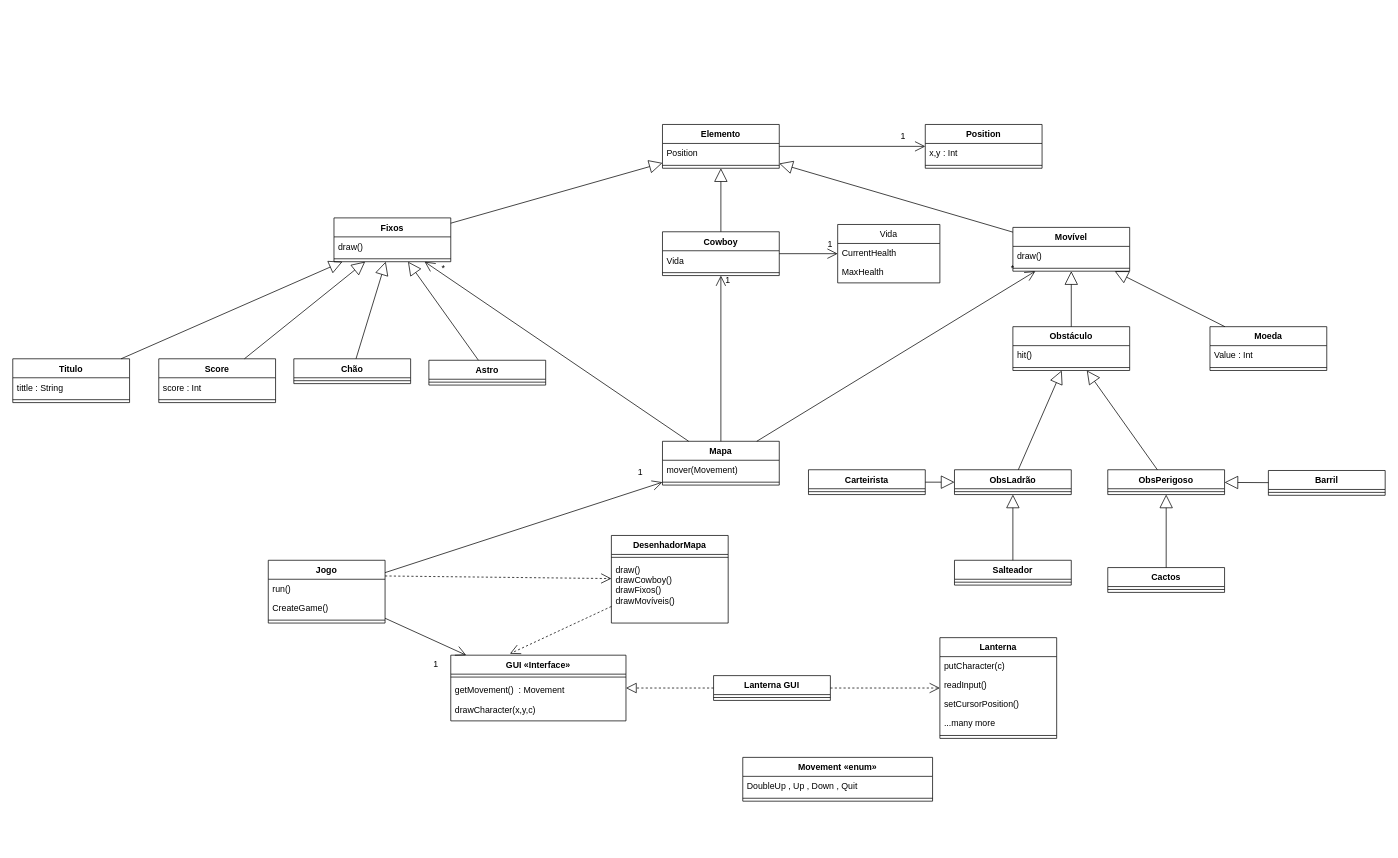
Above: docs/DiagramaUML.drawio in vascoG/feup-lpoo (draw.io), before the change. Source tidied: cells renumbered, new cells numbered last; positions are measured from the earlier drawing's top-left corner, leaving out a move shared by most shapes. Both pictures are drawn from the tidied source at 73%, with x=0, y=0 at pixel (12, 124).
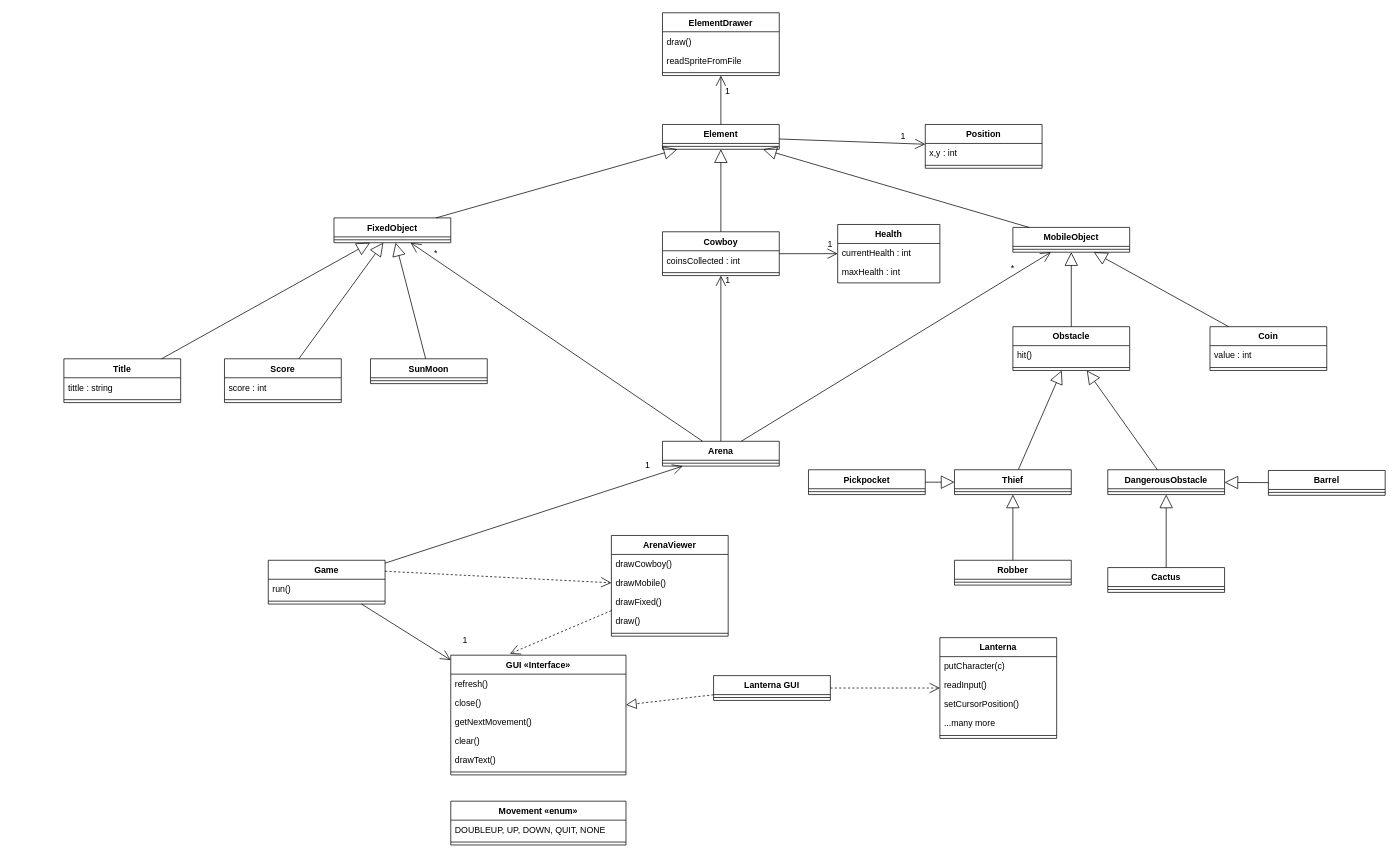
The same diagram, later.

Commit message (it also covers changes not shown here):
Diagrama em inglês e pequenas alteraçoes no readme

The change refers to these unchanged cells:
```xml
<mxCell id="71" value="Cowboy" style="swimlane;fontStyle=1;align=center;verticalAlign=top;horizontal=1;startSize=26;" parent="1" vertex="1">
  <mxGeometry x="890" y="147" width="160" height="60" as="geometry" />
</mxCell>
<mxCell id="83" value="Position" style="swimlane;fontStyle=1;align=center;verticalAlign=top;horizontal=1;startSize=26;fontColor=none;" parent="1" vertex="1">
  <mxGeometry x="1250" width="160" height="60" as="geometry" />
</mxCell>
```

Diff of the diagram source:
```diff
@@
-    <mxCell id="2" value="Elemento" style="swimlane;fontStyle=1;align=center;verticalAlign=top;horizontal=1;startSize=26;" parent="1" vertex="1">
-      <mxGeometry x="890" width="160" height="60" as="geometry" />
+    <mxCell id="2" value="Element" style="swimlane;fontStyle=1;align=center;verticalAlign=top;horizontal=1;startSize=26;" parent="1" vertex="1">
+      <mxGeometry x="890" width="160" height="34" as="geometry" />
     </mxCell>
-    <mxCell id="3" value="Position" style="text;strokeColor=none;fillColor=none;align=left;verticalAlign=top;spacingLeft=4;spacingRight=4;overflow=hidden;" parent="2" vertex="1">
-      <mxGeometry y="26" width="160" height="26" as="geometry" />
-    </mxCell>
     <mxCell id="4" style="line;strokeWidth=1;fillColor=none;align=left;verticalAlign=middle;spacingTop=-1;spacingLeft=3;spacingRight=3;labelPosition=right;" parent="2" vertex="1">
-      <mxGeometry y="52" width="160" height="8" as="geometry" />
+      <mxGeometry y="26" width="160" height="8" as="geometry" />
     </mxCell>
-    <mxCell id="5" value="ObsLadrão" style="swimlane;fontStyle=1;align=center;verticalAlign=top;horizontal=1;startSize=26;" parent="1" vertex="1">
+    <mxCell id="5" value="Thief" style="swimlane;fontStyle=1;align=center;verticalAlign=top;horizontal=1;startSize=26;" parent="1" vertex="1">
       <mxGeometry x="1290" y="473" width="160" height="34" as="geometry" />
     </mxCell>
@@
-    <mxCell id="7" value="Obstáculo" style="swimlane;fontStyle=1;align=center;verticalAlign=top;horizontal=1;startSize=26;" parent="1" vertex="1">
+    <mxCell id="7" value="Obstacle" style="swimlane;fontStyle=1;align=center;verticalAlign=top;horizontal=1;startSize=26;" parent="1" vertex="1">
       <mxGeometry x="1370" y="277" width="160" height="60" as="geometry" />
     </mxCell>
@@
-    <mxCell id="10" value="ObsPerigoso" style="swimlane;fontStyle=1;align=center;verticalAlign=top;horizontal=1;startSize=26;" parent="1" vertex="1">
+    <mxCell id="10" value="DangerousObstacle" style="swimlane;fontStyle=1;align=center;verticalAlign=top;horizontal=1;startSize=26;" parent="1" vertex="1">
       <mxGeometry x="1500" y="473" width="160" height="34" as="geometry" />
     </mxCell>
@@
-    <mxCell id="12" value="Cactos" style="swimlane;fontStyle=1;align=center;verticalAlign=top;horizontal=1;startSize=26;" parent="1" vertex="1">
+    <mxCell id="12" value="Cactus" style="swimlane;fontStyle=1;align=center;verticalAlign=top;horizontal=1;startSize=26;" parent="1" vertex="1">
       <mxGeometry x="1500" y="607" width="160" height="34" as="geometry" />
     </mxCell>
@@
-    <mxCell id="14" value="Barril" style="swimlane;fontStyle=1;align=center;verticalAlign=top;horizontal=1;startSize=26;" parent="1" vertex="1">
+    <mxCell id="14" value="Barrel" style="swimlane;fontStyle=1;align=center;verticalAlign=top;horizontal=1;startSize=26;" parent="1" vertex="1">
       <mxGeometry x="1720" y="474" width="160" height="34" as="geometry" />
     </mxCell>
@@
-    <mxCell id="16" value="Salteador" style="swimlane;fontStyle=1;align=center;verticalAlign=top;horizontal=1;startSize=26;" parent="1" vertex="1">
+    <mxCell id="16" value="Robber" style="swimlane;fontStyle=1;align=center;verticalAlign=top;horizontal=1;startSize=26;" parent="1" vertex="1">
       <mxGeometry x="1290" y="597" width="160" height="34" as="geometry" />
     </mxCell>
@@
-    <mxCell id="18" value="Carteirista" style="swimlane;fontStyle=1;align=center;verticalAlign=top;horizontal=1;startSize=26;" parent="1" vertex="1">
+    <mxCell id="18" value="Pickpocket" style="swimlane;fontStyle=1;align=center;verticalAlign=top;horizontal=1;startSize=26;" parent="1" vertex="1">
       <mxGeometry x="1090" y="473" width="160" height="34" as="geometry" />
     </mxCell>
@@
-    <mxCell id="20" value="Moeda" style="swimlane;fontStyle=1;align=center;verticalAlign=top;horizontal=1;startSize=26;" parent="1" vertex="1">
+    <mxCell id="20" value="Coin" style="swimlane;fontStyle=1;align=center;verticalAlign=top;horizontal=1;startSize=26;" parent="1" vertex="1">
       <mxGeometry x="1640" y="277" width="160" height="60" as="geometry" />
     </mxCell>
-    <mxCell id="21" value="Value : Int" style="text;strokeColor=none;fillColor=none;align=left;verticalAlign=top;spacingLeft=4;spacingRight=4;overflow=hidden;" parent="20" vertex="1">
+    <mxCell id="21" value="value : int" style="text;strokeColor=none;fillColor=none;align=left;verticalAlign=top;spacingLeft=4;spacingRight=4;overflow=hidden;" parent="20" vertex="1">
       <mxGeometry y="26" width="160" height="26" as="geometry" />
     </mxCell>
@@
-    <mxCell id="23" value="Fixos" style="swimlane;fontStyle=1;align=center;verticalAlign=top;horizontal=1;startSize=26;" parent="1" vertex="1">
-      <mxGeometry x="440" y="128" width="160" height="60" as="geometry" />
+    <mxCell id="23" value="FixedObject" style="swimlane;fontStyle=1;align=center;verticalAlign=top;horizontal=1;startSize=26;" parent="1" vertex="1">
+      <mxGeometry x="440" y="128" width="160" height="34" as="geometry" />
     </mxCell>
-    <mxCell id="24" value="draw()" style="text;strokeColor=none;fillColor=none;align=left;verticalAlign=top;spacingLeft=4;spacingRight=4;overflow=hidden;" parent="23" vertex="1">
-      <mxGeometry y="26" width="160" height="26" as="geometry" />
-    </mxCell>
     <mxCell id="25" style="line;strokeWidth=1;fillColor=none;align=left;verticalAlign=middle;spacingTop=-1;spacingLeft=3;spacingRight=3;labelPosition=right;" parent="23" vertex="1">
-      <mxGeometry y="52" width="160" height="8" as="geometry" />
+      <mxGeometry y="26" width="160" height="8" as="geometry" />
     </mxCell>
-    <mxCell id="26" value="Chão" style="swimlane;fontStyle=1;align=center;verticalAlign=top;horizontal=1;startSize=26;" parent="1" vertex="1">
-      <mxGeometry x="385" y="321" width="160" height="34" as="geometry" />
-    </mxCell>
-    <mxCell id="27" style="line;strokeWidth=1;fillColor=none;align=left;verticalAlign=middle;spacingTop=-1;spacingLeft=3;spacingRight=3;labelPosition=right;" parent="26" vertex="1">
-      <mxGeometry y="26" width="160" height="8" as="geometry" />
-    </mxCell>
-    <mxCell id="28" value="Astro" style="swimlane;fontStyle=1;align=center;verticalAlign=top;horizontal=1;startSize=26;" parent="1" vertex="1">
-      <mxGeometry x="570" y="323" width="160" height="34" as="geometry" />
+    <mxCell id="28" value="SunMoon" style="swimlane;fontStyle=1;align=center;verticalAlign=top;horizontal=1;startSize=26;" parent="1" vertex="1">
+      <mxGeometry x="490" y="321" width="160" height="34" as="geometry" />
     </mxCell>
@@
-    <mxCell id="30" value="Movível" style="swimlane;fontStyle=1;align=center;verticalAlign=top;horizontal=1;startSize=26;" parent="1" vertex="1">
-      <mxGeometry x="1370" y="141" width="160" height="60" as="geometry" />
+    <mxCell id="30" value="MobileObject" style="swimlane;fontStyle=1;align=center;verticalAlign=top;horizontal=1;startSize=26;" parent="1" vertex="1">
+      <mxGeometry x="1370" y="141" width="160" height="34" as="geometry" />
     </mxCell>
-    <mxCell id="31" value="draw()" style="text;strokeColor=none;fillColor=none;align=left;verticalAlign=top;spacingLeft=4;spacingRight=4;overflow=hidden;" parent="30" vertex="1">
-      <mxGeometry y="26" width="160" height="26" as="geometry" />
-    </mxCell>
     <mxCell id="32" style="line;strokeWidth=1;fillColor=none;align=left;verticalAlign=middle;spacingTop=-1;spacingLeft=3;spacingRight=3;labelPosition=right;" parent="30" vertex="1">
-      <mxGeometry y="52" width="160" height="8" as="geometry" />
+      <mxGeometry y="26" width="160" height="8" as="geometry" />
     </mxCell>
     <mxCell id="33" value="Score" style="swimlane;fontStyle=1;align=center;verticalAlign=top;horizontal=1;startSize=26;" parent="1" vertex="1">
-      <mxGeometry x="200" y="321" width="160" height="60" as="geometry" />
+      <mxGeometry x="290" y="321" width="160" height="60" as="geometry" />
     </mxCell>
-    <mxCell id="34" value="score : Int" style="text;strokeColor=none;fillColor=none;align=left;verticalAlign=top;spacingLeft=4;spacingRight=4;overflow=hidden;" parent="33" vertex="1">
+    <mxCell id="34" value="score : int" style="text;strokeColor=none;fillColor=none;align=left;verticalAlign=top;spacingLeft=4;spacingRight=4;overflow=hidden;" parent="33" vertex="1">
       <mxGeometry y="26" width="160" height="26" as="geometry" />
     </mxCell>
@@
-    <mxCell id="36" value="Titulo" style="swimlane;fontStyle=1;align=center;verticalAlign=top;horizontal=1;startSize=26;" parent="1" vertex="1">
-      <mxGeometry y="321" width="160" height="60" as="geometry" />
+    <mxCell id="36" value="Title" style="swimlane;fontStyle=1;align=center;verticalAlign=top;horizontal=1;startSize=26;" parent="1" vertex="1">
+      <mxGeometry x="70" y="321" width="160" height="60" as="geometry" />
     </mxCell>
-    <mxCell id="37" value="tittle : String" style="text;strokeColor=none;fillColor=none;align=left;verticalAlign=top;spacingLeft=4;spacingRight=4;overflow=hidden;" parent="36" vertex="1">
+    <mxCell id="37" value="tittle : string" style="text;strokeColor=none;fillColor=none;align=left;verticalAlign=top;spacingLeft=4;spacingRight=4;overflow=hidden;" parent="36" vertex="1">
       <mxGeometry y="26" width="160" height="26" as="geometry" />
     </mxCell>
@@
-    <mxCell id="39" value="Mapa" style="swimlane;fontStyle=1;align=center;verticalAlign=top;horizontal=1;startSize=26;" parent="1" vertex="1">
-      <mxGeometry x="890" y="434" width="160" height="60" as="geometry" />
+    <mxCell id="39" value="Arena" style="swimlane;fontStyle=1;align=center;verticalAlign=top;horizontal=1;startSize=26;" parent="1" vertex="1">
+      <mxGeometry x="890" y="434" width="160" height="34" as="geometry" />
     </mxCell>
-    <mxCell id="40" value="mover(Movement)" style="text;strokeColor=none;fillColor=none;align=left;verticalAlign=top;spacingLeft=4;spacingRight=4;overflow=hidden;" parent="39" vertex="1">
-      <mxGeometry y="26" width="160" height="26" as="geometry" />
-    </mxCell>
     <mxCell id="41" style="line;strokeWidth=1;fillColor=none;align=left;verticalAlign=middle;spacingTop=-1;spacingLeft=3;spacingRight=3;labelPosition=right;" parent="39" vertex="1">
-      <mxGeometry y="52" width="160" height="8" as="geometry" />
+      <mxGeometry y="26" width="160" height="8" as="geometry" />
     </mxCell>
-    <mxCell id="42" value="Jogo" style="swimlane;fontStyle=1;align=center;verticalAlign=top;horizontal=1;startSize=26;" parent="1" vertex="1">
-      <mxGeometry x="350" y="597" width="160" height="86" as="geometry" />
+    <mxCell id="42" value="Game" style="swimlane;fontStyle=1;align=center;verticalAlign=top;horizontal=1;startSize=26;" parent="1" vertex="1">
+      <mxGeometry x="350" y="597" width="160" height="60" as="geometry" />
     </mxCell>
@@
-    <mxCell id="44" value="CreateGame()" style="text;strokeColor=none;fillColor=none;align=left;verticalAlign=top;spacingLeft=4;spacingRight=4;overflow=hidden;" parent="42" vertex="1">
-      <mxGeometry y="52" width="160" height="26" as="geometry" />
-    </mxCell>
     <mxCell id="45" style="line;strokeWidth=1;fillColor=none;align=left;verticalAlign=middle;spacingTop=-1;spacingLeft=3;spacingRight=3;labelPosition=right;" parent="42" vertex="1">
-      <mxGeometry y="78" width="160" height="8" as="geometry" />
+      <mxGeometry y="52" width="160" height="8" as="geometry" />
     </mxCell>
-    <mxCell id="46" value="DesenhadorMapa" style="swimlane;fontStyle=1;align=center;verticalAlign=top;horizontal=1;startSize=26;" parent="1" vertex="1">
-      <mxGeometry x="820" y="563" width="160" height="120" as="geometry" />
+    <mxCell id="46" value="ArenaViewer" style="swimlane;fontStyle=1;align=center;verticalAlign=top;horizontal=1;startSize=26;" parent="1" vertex="1">
+      <mxGeometry x="820" y="563" width="160" height="138" as="geometry" />
     </mxCell>
+    <mxCell id="105" value="drawCowboy()" style="text;strokeColor=none;fillColor=none;align=left;verticalAlign=top;spacingLeft=4;spacingRight=4;overflow=hidden;" parent="46" vertex="1">
+      <mxGeometry y="26" width="160" height="26" as="geometry" />
+    </mxCell>
+    <mxCell id="106" value="drawMobile()" style="text;strokeColor=none;fillColor=none;align=left;verticalAlign=top;spacingLeft=4;spacingRight=4;overflow=hidden;" parent="46" vertex="1">
+      <mxGeometry y="52" width="160" height="26" as="geometry" />
+    </mxCell>
+    <mxCell id="107" value="drawFixed()" style="text;strokeColor=none;fillColor=none;align=left;verticalAlign=top;spacingLeft=4;spacingRight=4;overflow=hidden;" parent="46" vertex="1">
+      <mxGeometry y="78" width="160" height="26" as="geometry" />
+    </mxCell>
+    <mxCell id="108" value="draw()" style="text;strokeColor=none;fillColor=none;align=left;verticalAlign=top;spacingLeft=4;spacingRight=4;overflow=hidden;" parent="46" vertex="1">
+      <mxGeometry y="104" width="160" height="26" as="geometry" />
+    </mxCell>
     <mxCell id="47" style="line;strokeWidth=1;fillColor=none;align=left;verticalAlign=middle;spacingTop=-1;spacingLeft=3;spacingRight=3;labelPosition=right;" parent="46" vertex="1">
-      <mxGeometry y="26" width="160" height="8" as="geometry" />
+      <mxGeometry y="130" width="160" height="8" as="geometry" />
     </mxCell>
-    <mxCell id="48" value="draw()&#10;drawCowboy()&#10;drawFixos()&#10;drawMovíveis()&#10;" style="text;strokeColor=none;fillColor=none;align=left;verticalAlign=top;spacingLeft=4;spacingRight=4;overflow=hidden;" parent="46" vertex="1">
-      <mxGeometry y="34" width="160" height="86" as="geometry" />
-    </mxCell>
     <mxCell id="49" value="GUI «Interface»&#10;&#10;&#10;&#10;" style="swimlane;fontStyle=1;align=center;verticalAlign=top;horizontal=1;startSize=26;" parent="1" vertex="1">
-      <mxGeometry x="600" y="727" width="240" height="90" as="geometry" />
+      <mxGeometry x="600" y="727" width="240" height="164" as="geometry" />
     </mxCell>
+    <mxCell id="109" value="refresh()" style="text;strokeColor=none;fillColor=none;align=left;verticalAlign=top;spacingLeft=4;spacingRight=4;overflow=hidden;" parent="49" vertex="1">
+      <mxGeometry y="26" width="240" height="26" as="geometry" />
+    </mxCell>
+    <mxCell id="110" value="close()" style="text;strokeColor=none;fillColor=none;align=left;verticalAlign=top;spacingLeft=4;spacingRight=4;overflow=hidden;" parent="49" vertex="1">
+      <mxGeometry y="52" width="240" height="26" as="geometry" />
+    </mxCell>
+    <mxCell id="111" value="getNextMovement()" style="text;strokeColor=none;fillColor=none;align=left;verticalAlign=top;spacingLeft=4;spacingRight=4;overflow=hidden;" parent="49" vertex="1">
+      <mxGeometry y="78" width="240" height="26" as="geometry" />
+    </mxCell>
+    <mxCell id="112" value="clear()" style="text;strokeColor=none;fillColor=none;align=left;verticalAlign=top;spacingLeft=4;spacingRight=4;overflow=hidden;" parent="49" vertex="1">
+      <mxGeometry y="104" width="240" height="26" as="geometry" />
+    </mxCell>
+    <mxCell id="113" value="drawText()" style="text;strokeColor=none;fillColor=none;align=left;verticalAlign=top;spacingLeft=4;spacingRight=4;overflow=hidden;" parent="49" vertex="1">
+      <mxGeometry y="130" width="240" height="26" as="geometry" />
+    </mxCell>
     <mxCell id="50" style="line;strokeWidth=1;fillColor=none;align=left;verticalAlign=middle;spacingTop=-1;spacingLeft=3;spacingRight=3;labelPosition=right;" parent="49" vertex="1">
-      <mxGeometry y="26" width="240" height="8" as="geometry" />
+      <mxGeometry y="156" width="240" height="8" as="geometry" />
     </mxCell>
-    <mxCell id="51" value="getMovement()  : Movement&#10;&#10;drawCharacter(x,y,c)&#10;&#10;" style="text;strokeColor=none;fillColor=none;align=left;verticalAlign=top;spacingLeft=4;spacingRight=4;overflow=hidden;" parent="49" vertex="1">
-      <mxGeometry y="34" width="240" height="56" as="geometry" />
-    </mxCell>
@@
     <mxCell id="54" value="Movement «enum»" style="swimlane;fontStyle=1;align=center;verticalAlign=top;horizontal=1;startSize=26;" parent="1" vertex="1">
-      <mxGeometry x="1000" y="867" width="260" height="60" as="geometry" />
+      <mxGeometry x="600" y="927" width="240" height="60" as="geometry" />
     </mxCell>
-    <mxCell id="55" value="DoubleUp , Up , Down , Quit" style="text;strokeColor=none;fillColor=none;align=left;verticalAlign=top;spacingLeft=4;spacingRight=4;overflow=hidden;" parent="54" vertex="1">
-      <mxGeometry y="26" width="260" height="26" as="geometry" />
+    <mxCell id="55" value="DOUBLEUP, UP, DOWN, QUIT, NONE" style="text;strokeColor=none;fillColor=none;align=left;verticalAlign=top;spacingLeft=4;spacingRight=4;overflow=hidden;" parent="54" vertex="1">
+      <mxGeometry y="26" width="240" height="26" as="geometry" />
     </mxCell>
     <mxCell id="56" style="line;strokeWidth=1;fillColor=none;align=left;verticalAlign=middle;spacingTop=-1;spacingLeft=3;spacingRight=3;labelPosition=right;" parent="54" vertex="1">
-      <mxGeometry y="52" width="260" height="8" as="geometry" />
+      <mxGeometry y="52" width="240" height="8" as="geometry" />
     </mxCell>
@@
     <mxCell id="64" value="&lt;div&gt;1&lt;/div&gt;" style="text;html=1;strokeColor=none;fillColor=none;align=center;verticalAlign=middle;whiteSpace=wrap;rounded=0;" parent="1" vertex="1">
-      <mxGeometry x="840" y="467" width="40" height="20" as="geometry" />
+      <mxGeometry x="850" y="457" width="40" height="20" as="geometry" />
     </mxCell>
@@
     <mxCell id="68" value="&lt;div&gt;1&lt;/div&gt;" style="text;html=1;strokeColor=none;fillColor=none;align=center;verticalAlign=middle;whiteSpace=wrap;rounded=0;" parent="1" vertex="1">
-      <mxGeometry x="560" y="730" width="40" height="20" as="geometry" />
+      <mxGeometry x="600" y="697" width="40" height="20" as="geometry" />
     </mxCell>
@@
-    <mxCell id="72" value="Vida" style="text;strokeColor=none;fillColor=none;align=left;verticalAlign=top;spacingLeft=4;spacingRight=4;overflow=hidden;" parent="71" vertex="1">
-      <mxGeometry y="26" width="160" height="26" as="geometry" />
-    </mxCell>
+    <mxCell id="114" value="coinsCollected : int" style="text;strokeColor=none;fillColor=none;align=left;verticalAlign=top;spacingLeft=4;spacingRight=4;overflow=hidden;" parent="71" vertex="1">
+      <mxGeometry y="26" width="160" height="26" as="geometry" />
+    </mxCell>
@@
     <mxCell id="76" value="*" style="text;html=1;strokeColor=none;fillColor=none;align=center;verticalAlign=middle;whiteSpace=wrap;rounded=0;" parent="1" vertex="1">
-      <mxGeometry x="570" y="187" width="40" height="20" as="geometry" />
+      <mxGeometry x="560" y="167" width="40" height="20" as="geometry" />
     </mxCell>
@@
-    <mxCell id="84" value="x,y : Int" style="text;strokeColor=none;fillColor=none;align=left;verticalAlign=top;spacingLeft=4;spacingRight=4;overflow=hidden;" parent="83" vertex="1">
+    <mxCell id="84" value="x,y : int" style="text;strokeColor=none;fillColor=none;align=left;verticalAlign=top;spacingLeft=4;spacingRight=4;overflow=hidden;" parent="83" vertex="1">
       <mxGeometry y="26" width="160" height="26" as="geometry" />
     </mxCell>
@@
-    <mxCell id="88" value="Extends" style="endArrow=block;endSize=16;endFill=0;html=1;noLabel=1;fontColor=none;" parent="1" edge="1" source="26" target="23">
-      <mxGeometry x="-1" y="-239" relative="1" as="geometry">
-        <mxPoint x="-200" y="-109" as="offset" />
-      </mxGeometry>
-    </mxCell>
@@
-    <mxCell id="102" value="Vida" style="swimlane;fontStyle=0;horizontal=1;startSize=26;fillColor=none;" parent="1" vertex="1">
+    <mxCell id="102" value="Health" style="swimlane;fontStyle=1;horizontal=1;startSize=26;fillColor=none;" parent="1" vertex="1">
       <mxGeometry x="1130" y="137" width="140" height="80" as="geometry" />
     </mxCell>
-    <mxCell id="103" value="CurrentHealth" style="text;strokeColor=none;fillColor=none;align=left;verticalAlign=top;spacingLeft=4;spacingRight=4;overflow=hidden;" parent="102" vertex="1">
+    <mxCell id="103" value="currentHealth : int" style="text;strokeColor=none;fillColor=none;align=left;verticalAlign=top;spacingLeft=4;spacingRight=4;overflow=hidden;" parent="102" vertex="1">
       <mxGeometry y="26" width="140" height="26" as="geometry" />
     </mxCell>
-    <mxCell id="104" value="MaxHealth" style="text;strokeColor=none;fillColor=none;align=left;verticalAlign=top;spacingLeft=4;spacingRight=4;overflow=hidden;" parent="102" vertex="1">
+    <mxCell id="104" value="maxHealth : int" style="text;strokeColor=none;fillColor=none;align=left;verticalAlign=top;spacingLeft=4;spacingRight=4;overflow=hidden;" parent="102" vertex="1">
       <mxGeometry y="52" width="140" height="28" as="geometry" />
     </mxCell>
+    <mxCell id="115" value="ElementDrawer" style="swimlane;fontStyle=1;align=center;verticalAlign=top;horizontal=1;startSize=26;" parent="1" vertex="1">
+      <mxGeometry x="890" y="-153" width="160" height="86" as="geometry" />
+    </mxCell>
+    <mxCell id="116" value="draw()" style="text;strokeColor=none;fillColor=none;align=left;verticalAlign=top;spacingLeft=4;spacingRight=4;overflow=hidden;" parent="115" vertex="1">
+      <mxGeometry y="26" width="160" height="26" as="geometry" />
+    </mxCell>
+    <mxCell id="117" value="readSpriteFromFile" style="text;strokeColor=none;fillColor=none;align=left;verticalAlign=top;spacingLeft=4;spacingRight=4;overflow=hidden;" parent="115" vertex="1">
+      <mxGeometry y="52" width="160" height="26" as="geometry" />
+    </mxCell>
+    <mxCell id="118" style="line;strokeWidth=1;fillColor=none;align=left;verticalAlign=middle;spacingTop=-1;spacingLeft=3;spacingRight=3;labelPosition=right;" parent="115" vertex="1">
+      <mxGeometry y="78" width="160" height="8" as="geometry" />
+    </mxCell>
+    <mxCell id="119" style="endArrow=open;endFill=1;endSize=12;html=1;" parent="1" edge="1" source="2" target="115">
+      <mxGeometry relative="1" as="geometry" />
+    </mxCell>
+    <mxCell id="120" value="1" style="text;strokeColor=none;fillColor=none;align=left;verticalAlign=top;spacingLeft=4;spacingRight=4;overflow=hidden;" parent="1" vertex="1">
+      <mxGeometry x="970" y="-59" width="100" height="26" as="geometry" />
+    </mxCell>
```
